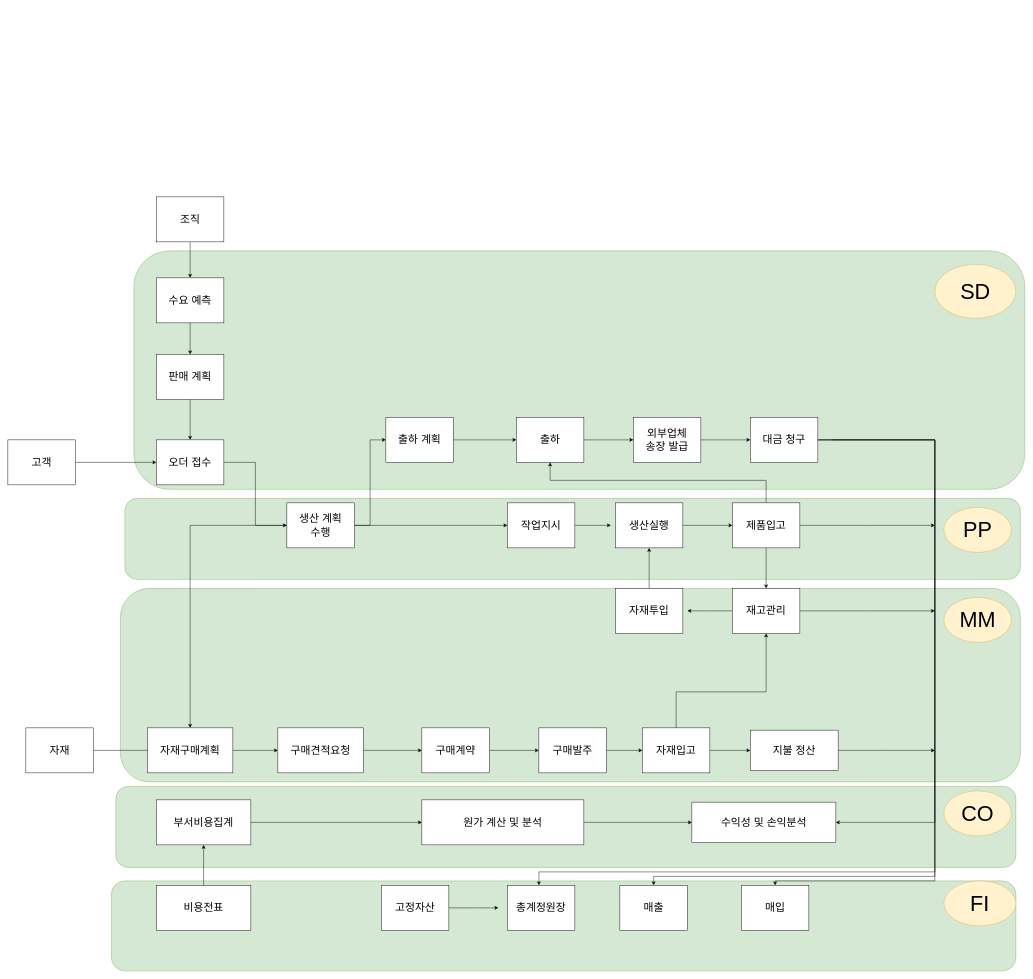
Earlier version of the draw.io diagram SYNC 3기 erd.drawio (theboxx/haha). Source tidied: cells renumbered, new cells numbered last; positions are measured from the earlier drawing's top-left corner, leaving out a move shared by most shapes. Both pictures are drawn from the tidied source at 45%, with x=0, y=0 at pixel (8, 197).
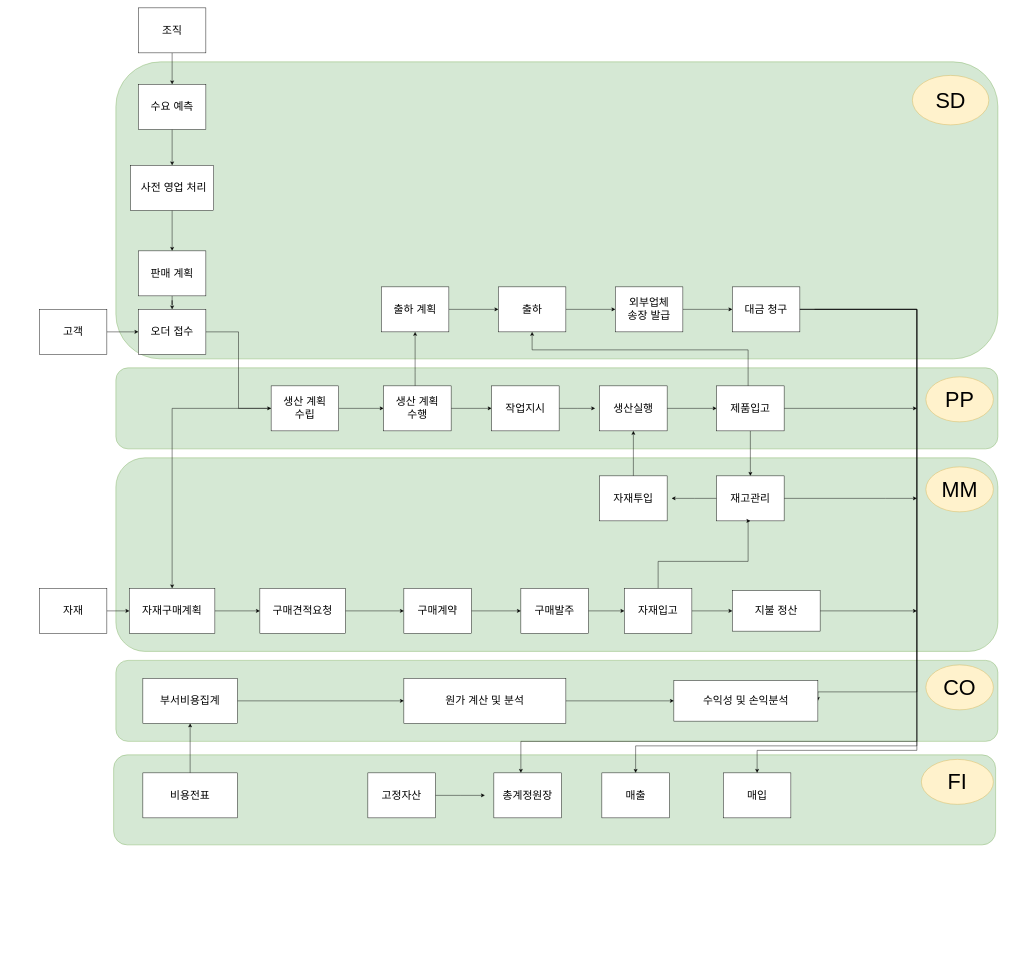
The same diagram, later.

Commit message:
SYNC 3기 erd.drawio 업데이트

Change to the diagram source:
```diff
@@
     <mxCell id="2" style="rounded=1;whiteSpace=wrap;html=1;fillColor=#d5e8d4;strokeColor=#82b366;align=left;" parent="1" vertex="1">
-      <mxGeometry x="230" y="1520" width="2010" height="200" as="geometry" />
+      <mxGeometry x="235" y="1240" width="1960" height="200" as="geometry" />
     </mxCell>
     <mxCell id="3" style="rounded=1;whiteSpace=wrap;html=1;fillColor=#d5e8d4;strokeColor=#82b366;align=left;" parent="1" vertex="1">
-      <mxGeometry x="240" y="1310" width="2000" height="180" as="geometry" />
+      <mxGeometry x="240" y="1030" width="1960" height="180" as="geometry" />
     </mxCell>
     <mxCell id="4" style="rounded=1;whiteSpace=wrap;html=1;fillColor=#d5e8d4;strokeColor=#82b366;align=left;" parent="1" vertex="1">
-      <mxGeometry x="250" y="870" width="2000" height="430" as="geometry" />
+      <mxGeometry x="240" y="580" width="1960" height="430" as="geometry" />
     </mxCell>
     <mxCell id="5" style="rounded=1;whiteSpace=wrap;html=1;fillColor=#d5e8d4;strokeColor=#82b366;align=left;" parent="1" vertex="1">
-      <mxGeometry x="260" y="670" width="1990" height="180" as="geometry" />
+      <mxGeometry x="240" y="380" width="1960" height="180" as="geometry" />
     </mxCell>
     <mxCell id="6" style="rounded=1;whiteSpace=wrap;html=1;fillColor=#d5e8d4;strokeColor=#82b366;align=left;" parent="1" vertex="1">
-      <mxGeometry x="280" y="120" width="1980" height="530" as="geometry" />
+      <mxGeometry x="240" y="-300" width="1960" height="660" as="geometry" />
     </mxCell>
@@
     <mxCell id="8" value="오더 접수" style="rounded=0;whiteSpace=wrap;html=1;fontSize=24;" parent="1" vertex="1">
-      <mxGeometry x="330" y="540" width="150" height="100" as="geometry" />
+      <mxGeometry x="290" y="250" width="150" height="100" as="geometry" />
     </mxCell>
@@
-    <mxCell id="10" style="edgeStyle=orthogonalEdgeStyle;rounded=0;jettySize=auto;html=1;entryX=0;entryY=0.5;entryDx=0;entryDy=0;" parent="1" edge="1" source="12" target="34">
-      <mxGeometry relative="1" as="geometry" />
-    </mxCell>
-    <mxCell id="11" style="edgeStyle=orthogonalEdgeStyle;rounded=0;jettySize=auto;html=1;entryX=0;entryY=0.5;entryDx=0;entryDy=0;" parent="1" edge="1" source="12" target="24">
-      <mxGeometry relative="1" as="geometry" />
-    </mxCell>
+    <mxCell id="77" style="edgeStyle=orthogonalEdgeStyle;rounded=0;jettySize=auto;html=1;" parent="1" edge="1" source="12" target="83">
+      <mxGeometry relative="1" as="geometry" />
+    </mxCell>
-    <mxCell id="12" value="생산 계획 &lt;br&gt;수행" style="rounded=0;whiteSpace=wrap;html=1;fontSize=24;" parent="1" vertex="1">
-      <mxGeometry x="620" y="680" width="150" height="100" as="geometry" />
+    <mxCell id="12" value="생산 계획 &lt;br&gt;수립" style="rounded=0;whiteSpace=wrap;html=1;fontSize=24;" parent="1" vertex="1">
+      <mxGeometry x="585" y="420" width="150" height="100" as="geometry" />
     </mxCell>
@@
     <mxCell id="14" value="고객" style="rounded=0;whiteSpace=wrap;html=1;fontSize=24;" parent="1" vertex="1">
-      <mxGeometry y="540" width="150" height="100" as="geometry" />
+      <mxGeometry x="70" y="250" width="150" height="100" as="geometry" />
     </mxCell>
-    <mxCell id="15" style="edgeStyle=orthogonalEdgeStyle;rounded=0;jettySize=auto;html=1;" parent="1" edge="1" source="16">
-      <mxGeometry relative="1" as="geometry">
-        <mxPoint x="600" y="1230" as="targetPoint" />
-      </mxGeometry>
-    </mxCell>
+    <mxCell id="78" style="edgeStyle=orthogonalEdgeStyle;rounded=0;jettySize=auto;html=1;" parent="1" edge="1" source="16" target="46">
+      <mxGeometry relative="1" as="geometry" />
+    </mxCell>
     <mxCell id="16" value="자재" style="rounded=0;whiteSpace=wrap;html=1;fontSize=24;" parent="1" vertex="1">
-      <mxGeometry x="40" y="1180" width="150" height="100" as="geometry" />
+      <mxGeometry x="70" y="870" width="150" height="100" as="geometry" />
     </mxCell>
-    <mxCell id="17" style="edgeStyle=orthogonalEdgeStyle;rounded=0;jettySize=auto;html=1;" parent="1" edge="1" source="18" target="20">
-      <mxGeometry relative="1" as="geometry" />
-    </mxCell>
+    <mxCell id="79" style="edgeStyle=orthogonalEdgeStyle;rounded=0;jettySize=auto;html=1;entryX=0.5;entryY=0;entryDx=0;entryDy=0;" parent="1" edge="1" source="18" target="85">
+      <mxGeometry relative="1" as="geometry" />
+    </mxCell>
     <mxCell id="18" value="조직" style="rounded=0;whiteSpace=wrap;html=1;fontSize=24;" parent="1" vertex="1">
-      <mxGeometry x="330" width="150" height="100" as="geometry" />
+      <mxGeometry x="290" y="-420" width="150" height="100" as="geometry" />
     </mxCell>
@@
-    <mxCell id="20" value="수요 예측" style="rounded=0;whiteSpace=wrap;html=1;fontSize=24;" parent="1" vertex="1">
-      <mxGeometry x="330" y="180" width="150" height="100" as="geometry" />
+    <mxCell id="20" value="&amp;nbsp;사전 영업 처리" style="rounded=0;whiteSpace=wrap;html=1;fontSize=24;" parent="1" vertex="1">
+      <mxGeometry x="272.5" y="-70" width="185" height="100" as="geometry" />
     </mxCell>
@@
     <mxCell id="22" value="판매 계획" style="rounded=0;whiteSpace=wrap;html=1;fontSize=24;" parent="1" vertex="1">
-      <mxGeometry x="330" y="350" width="150" height="100" as="geometry" />
+      <mxGeometry x="290" y="120" width="150" height="100" as="geometry" />
     </mxCell>
@@
     <mxCell id="24" value="출하 계획" style="rounded=0;whiteSpace=wrap;html=1;fontSize=24;" parent="1" vertex="1">
-      <mxGeometry x="840" y="490" width="150" height="100" as="geometry" />
+      <mxGeometry x="830" y="200" width="150" height="100" as="geometry" />
     </mxCell>
@@
     <mxCell id="26" value="출하" style="rounded=0;whiteSpace=wrap;html=1;fontSize=24;" parent="1" vertex="1">
-      <mxGeometry x="1130" y="490" width="150" height="100" as="geometry" />
+      <mxGeometry x="1090" y="200" width="150" height="100" as="geometry" />
     </mxCell>
@@
     <mxCell id="28" value="외부업체 &lt;br&gt;송장 발급" style="rounded=0;whiteSpace=wrap;html=1;fontSize=24;" parent="1" vertex="1">
-      <mxGeometry x="1390" y="490" width="150" height="100" as="geometry" />
+      <mxGeometry x="1350" y="200" width="150" height="100" as="geometry" />
     </mxCell>
     <mxCell id="29" style="edgeStyle=orthogonalEdgeStyle;rounded=0;jettySize=auto;html=1;entryX=1;entryY=0.5;entryDx=0;entryDy=0;" parent="1" edge="1" source="31" target="62">
       <mxGeometry relative="1" as="geometry">
         <Array as="points">
-          <mxPoint x="2060" y="540" />
-          <mxPoint x="2060" y="1390" />
+          <mxPoint x="2020" y="250" />
+          <mxPoint x="2020" y="1100" />
         </Array>
       </mxGeometry>
     </mxCell>
-    <mxCell id="30" style="edgeStyle=orthogonalEdgeStyle;rounded=0;orthogonalLoop=1;jettySize=auto;html=1;entryX=0.25;entryY=0;entryDx=0;entryDy=0;" parent="1" edge="1">
+    <mxCell id="30" style="edgeStyle=orthogonalEdgeStyle;rounded=0;jettySize=auto;html=1;entryX=0.4;entryY=0;entryDx=0;entryDy=0;entryPerimeter=0;" parent="1" edge="1" target="65">
       <mxGeometry relative="1" as="geometry">
-        <mxPoint x="1832.6" y="540" as="sourcePoint" />
-        <mxPoint x="1180.1" y="1530" as="targetPoint" />
+        <mxPoint x="1792.6" y="250" as="sourcePoint" />
         <Array as="points">
-          <mxPoint x="2060" y="540" />
-          <mxPoint x="2060" y="1500" />
-          <mxPoint x="1180" y="1500" />
+          <mxPoint x="2020" y="250" />
+          <mxPoint x="2020" y="1210" />
+          <mxPoint x="1140" y="1210" />
         </Array>
       </mxGeometry>
     </mxCell>
     <mxCell id="31" value="대금 청구" style="rounded=0;whiteSpace=wrap;html=1;fontSize=24;" parent="1" vertex="1">
-      <mxGeometry x="1650" y="490" width="150" height="100" as="geometry" />
+      <mxGeometry x="1610" y="200" width="150" height="100" as="geometry" />
     </mxCell>
     <mxCell id="32" value="&lt;span style=&quot;font-size: 48px;&quot;&gt;SD&lt;/span&gt;" style="ellipse;whiteSpace=wrap;html=1;align=center;fillColor=#fff2cc;strokeColor=#d6b656;" parent="1" vertex="1">
-      <mxGeometry x="2060" y="150" width="180" height="120" as="geometry" />
+      <mxGeometry x="2010" y="-270" width="170" height="110" as="geometry" />
     </mxCell>
     <mxCell id="33" style="edgeStyle=orthogonalEdgeStyle;rounded=0;jettySize=auto;html=1;" parent="1" edge="1" source="34">
       <mxGeometry relative="1" as="geometry">
-        <mxPoint x="1340" y="730" as="targetPoint" />
+        <mxPoint x="1305" y="470" as="targetPoint" />
       </mxGeometry>
     </mxCell>
     <mxCell id="34" value="작업지시" style="rounded=0;whiteSpace=wrap;html=1;fontSize=24;" parent="1" vertex="1">
-      <mxGeometry x="1110" y="680" width="150" height="100" as="geometry" />
+      <mxGeometry x="1075" y="420" width="150" height="100" as="geometry" />
     </mxCell>
@@
     <mxCell id="36" value="생산실행" style="rounded=0;whiteSpace=wrap;html=1;fontSize=24;" parent="1" vertex="1">
-      <mxGeometry x="1350" y="680" width="150" height="100" as="geometry" />
+      <mxGeometry x="1315" y="420" width="150" height="100" as="geometry" />
     </mxCell>
     <mxCell id="37" style="edgeStyle=orthogonalEdgeStyle;rounded=0;jettySize=auto;html=1;" parent="1" edge="1" source="40" target="26">
       <mxGeometry relative="1" as="geometry">
         <Array as="points">
-          <mxPoint x="1685" y="630" />
-          <mxPoint x="1205" y="630" />
+          <mxPoint x="1645" y="340" />
+          <mxPoint x="1165" y="340" />
         </Array>
       </mxGeometry>
     </mxCell>
@@
     <mxCell id="39" style="edgeStyle=orthogonalEdgeStyle;rounded=0;jettySize=auto;html=1;" parent="1" edge="1" source="40">
       <mxGeometry relative="1" as="geometry">
-        <mxPoint x="2060" y="730" as="targetPoint" />
+        <mxPoint x="2020" y="470" as="targetPoint" />
+        <Array as="points">
+          <mxPoint x="2020" y="470" />
+        </Array>
       </mxGeometry>
     </mxCell>
     <mxCell id="40" value="제품입고" style="rounded=0;whiteSpace=wrap;html=1;fontSize=24;" parent="1" vertex="1">
-      <mxGeometry x="1610" y="680" width="150" height="100" as="geometry" />
+      <mxGeometry x="1575" y="420" width="150" height="100" as="geometry" />
     </mxCell>
     <mxCell id="41" style="edgeStyle=orthogonalEdgeStyle;rounded=0;jettySize=auto;html=1;" parent="1" edge="1" source="43">
       <mxGeometry relative="1" as="geometry">
-        <mxPoint x="1510" y="920" as="targetPoint" />
+        <mxPoint x="1475" y="670" as="targetPoint" />
       </mxGeometry>
     </mxCell>
     <mxCell id="42" style="edgeStyle=orthogonalEdgeStyle;rounded=0;jettySize=auto;html=1;" parent="1" edge="1" source="43">
       <mxGeometry relative="1" as="geometry">
-        <mxPoint x="2060" y="920" as="targetPoint" />
+        <mxPoint x="2020" y="670" as="targetPoint" />
+        <Array as="points">
+          <mxPoint x="1950" y="670" />
+          <mxPoint x="1950" y="670" />
+        </Array>
       </mxGeometry>
     </mxCell>
     <mxCell id="43" value="재고관리" style="rounded=0;whiteSpace=wrap;html=1;fontSize=24;" parent="1" vertex="1">
-      <mxGeometry x="1610" y="870" width="150" height="100" as="geometry" />
+      <mxGeometry x="1575" y="620" width="150" height="100" as="geometry" />
     </mxCell>
@@
     <mxCell id="45" value="자재투입" style="rounded=0;whiteSpace=wrap;html=1;fontSize=24;" parent="1" vertex="1">
-      <mxGeometry x="1350" y="870" width="150" height="100" as="geometry" />
+      <mxGeometry x="1315" y="620" width="150" height="100" as="geometry" />
     </mxCell>
+    <mxCell id="80" style="edgeStyle=orthogonalEdgeStyle;rounded=0;jettySize=auto;html=1;entryX=0;entryY=0.5;entryDx=0;entryDy=0;" parent="1" edge="1" source="46" target="76">
+      <mxGeometry relative="1" as="geometry" />
+    </mxCell>
     <mxCell id="46" value="자재구매계획" style="rounded=0;whiteSpace=wrap;html=1;fontSize=24;" parent="1" vertex="1">
-      <mxGeometry x="310" y="1180" width="190" height="100" as="geometry" />
+      <mxGeometry x="270" y="870" width="190" height="100" as="geometry" />
     </mxCell>
@@
     <mxCell id="48" value="구매계약" style="rounded=0;whiteSpace=wrap;html=1;fontSize=24;" parent="1" vertex="1">
-      <mxGeometry x="920" y="1180" width="150" height="100" as="geometry" />
+      <mxGeometry x="880" y="870" width="150" height="100" as="geometry" />
     </mxCell>
@@
     <mxCell id="50" value="구매발주" style="rounded=0;whiteSpace=wrap;html=1;fontSize=24;" parent="1" vertex="1">
-      <mxGeometry x="1180" y="1180" width="150" height="100" as="geometry" />
+      <mxGeometry x="1140" y="870" width="150" height="100" as="geometry" />
     </mxCell>
     <mxCell id="51" style="edgeStyle=orthogonalEdgeStyle;rounded=0;jettySize=auto;html=1;entryX=0.5;entryY=1;entryDx=0;entryDy=0;" parent="1" edge="1" source="53" target="43">
       <mxGeometry relative="1" as="geometry">
         <Array as="points">
-          <mxPoint x="1485" y="1100" />
-          <mxPoint x="1685" y="1100" />
+          <mxPoint x="1445" y="810" />
+          <mxPoint x="1645" y="810" />
         </Array>
       </mxGeometry>
     </mxCell>
@@
     <mxCell id="53" value="자재입고" style="rounded=0;whiteSpace=wrap;html=1;fontSize=24;" parent="1" vertex="1">
-      <mxGeometry x="1410" y="1180" width="150" height="100" as="geometry" />
+      <mxGeometry x="1370" y="870" width="150" height="100" as="geometry" />
     </mxCell>
     <mxCell id="54" style="edgeStyle=orthogonalEdgeStyle;rounded=0;jettySize=auto;html=1;" parent="1" edge="1" source="55">
       <mxGeometry relative="1" as="geometry">
-        <mxPoint x="2060" y="1230" as="targetPoint" />
+        <mxPoint x="2020" y="920" as="targetPoint" />
+        <Array as="points">
+          <mxPoint x="2020" y="920" />
+        </Array>
       </mxGeometry>
     </mxCell>
     <mxCell id="55" value="지불 정산" style="whiteSpace=wrap;html=1;fontSize=24;rounded=0;" parent="1" vertex="1">
-      <mxGeometry x="1650" y="1185" width="195" height="90" as="geometry" />
+      <mxGeometry x="1610" y="875" width="195" height="90" as="geometry" />
     </mxCell>
@@
     <mxCell id="57" value="부서비용집계" style="rounded=0;whiteSpace=wrap;html=1;fontSize=24;" parent="1" vertex="1">
-      <mxGeometry x="330" y="1340" width="210" height="100" as="geometry" />
+      <mxGeometry x="300" y="1070" width="210" height="100" as="geometry" />
     </mxCell>
@@
     <mxCell id="59" value="비용전표" style="rounded=0;whiteSpace=wrap;html=1;fontSize=24;" parent="1" vertex="1">
-      <mxGeometry x="330" y="1530" width="210" height="100" as="geometry" />
+      <mxGeometry x="300" y="1280" width="210" height="100" as="geometry" />
     </mxCell>
@@
     <mxCell id="61" value="원가 계산 및 분석" style="rounded=0;whiteSpace=wrap;html=1;fontSize=24;" parent="1" vertex="1">
-      <mxGeometry x="920" y="1340" width="360" height="100" as="geometry" />
+      <mxGeometry x="880" y="1070" width="360" height="100" as="geometry" />
     </mxCell>
     <mxCell id="62" value="수익성 및 손익분석" style="whiteSpace=wrap;html=1;fontSize=24;rounded=0;" parent="1" vertex="1">
-      <mxGeometry x="1520" y="1345" width="320" height="90" as="geometry" />
+      <mxGeometry x="1480" y="1075" width="320" height="90" as="geometry" />
     </mxCell>
     <mxCell id="63" style="edgeStyle=orthogonalEdgeStyle;rounded=0;jettySize=auto;html=1;" parent="1" edge="1" source="64">
       <mxGeometry relative="1" as="geometry">
-        <mxPoint x="1090" y="1580" as="targetPoint" />
+        <mxPoint x="1060" y="1330" as="targetPoint" />
       </mxGeometry>
     </mxCell>
     <mxCell id="64" value="고정자산" style="rounded=0;whiteSpace=wrap;html=1;fontSize=24;" parent="1" vertex="1">
-      <mxGeometry x="830" y="1530" width="150" height="100" as="geometry" />
+      <mxGeometry x="800" y="1280" width="150" height="100" as="geometry" />
     </mxCell>
     <mxCell id="65" value="총계정원장" style="rounded=0;whiteSpace=wrap;html=1;fontSize=24;" parent="1" vertex="1">
-      <mxGeometry x="1110" y="1530" width="150" height="100" as="geometry" />
+      <mxGeometry x="1080" y="1280" width="150" height="100" as="geometry" />
     </mxCell>
     <mxCell id="66" value="매출" style="rounded=0;whiteSpace=wrap;html=1;fontSize=24;" parent="1" vertex="1">
-      <mxGeometry x="1360" y="1530" width="150" height="100" as="geometry" />
+      <mxGeometry x="1320" y="1280" width="150" height="100" as="geometry" />
     </mxCell>
     <mxCell id="67" value="매입" style="rounded=0;whiteSpace=wrap;html=1;fontSize=24;" parent="1" vertex="1">
-      <mxGeometry x="1630" y="1530" width="150" height="100" as="geometry" />
+      <mxGeometry x="1590" y="1280" width="150" height="100" as="geometry" />
     </mxCell>
     <mxCell id="68" style="edgeStyle=orthogonalEdgeStyle;rounded=0;jettySize=auto;html=1;entryX=0.5;entryY=0;entryDx=0;entryDy=0;exitX=1;exitY=0.5;exitDx=0;exitDy=0;" parent="1" edge="1" source="31" target="66">
       <mxGeometry relative="1" as="geometry">
         <Array as="points">
-          <mxPoint x="2060" y="540" />
-          <mxPoint x="2060" y="1510" />
-          <mxPoint x="1435" y="1510" />
+          <mxPoint x="2020" y="250" />
+          <mxPoint x="2020" y="1220" />
+          <mxPoint x="1395" y="1220" />
         </Array>
       </mxGeometry>
     </mxCell>
     <mxCell id="69" style="edgeStyle=orthogonalEdgeStyle;rounded=0;jettySize=auto;html=1;entryX=0.5;entryY=0;entryDx=0;entryDy=0;exitX=1;exitY=0.5;exitDx=0;exitDy=0;" parent="1" edge="1" source="31" target="67">
       <mxGeometry relative="1" as="geometry">
         <Array as="points">
-          <mxPoint x="2060" y="540" />
-          <mxPoint x="2060" y="1520" />
-          <mxPoint x="1705" y="1520" />
+          <mxPoint x="2020" y="250" />
+          <mxPoint x="2020" y="1230" />
+          <mxPoint x="1665" y="1230" />
+          <mxPoint x="1665" y="1280" />
         </Array>
       </mxGeometry>
     </mxCell>
     <mxCell id="70" value="&lt;span style=&quot;font-size: 48px;&quot;&gt;PP&lt;/span&gt;" style="ellipse;whiteSpace=wrap;html=1;align=center;fillColor=#fff2cc;strokeColor=#d6b656;" parent="1" vertex="1">
-      <mxGeometry x="2080" y="690" width="150" height="100" as="geometry" />
+      <mxGeometry x="2040" y="400" width="150" height="100" as="geometry" />
     </mxCell>
     <mxCell id="71" value="&lt;span style=&quot;font-size: 48px;&quot;&gt;MM&lt;/span&gt;" style="ellipse;whiteSpace=wrap;html=1;align=center;fillColor=#fff2cc;strokeColor=#d6b656;" parent="1" vertex="1">
-      <mxGeometry x="2080" y="890" width="150" height="100" as="geometry" />
+      <mxGeometry x="2040" y="600" width="150" height="100" as="geometry" />
     </mxCell>
     <mxCell id="72" value="&lt;span style=&quot;font-size: 48px;&quot;&gt;CO&lt;/span&gt;" style="ellipse;whiteSpace=wrap;html=1;align=center;fillColor=#fff2cc;strokeColor=#d6b656;" parent="1" vertex="1">
-      <mxGeometry x="2080" y="1320" width="150" height="100" as="geometry" />
+      <mxGeometry x="2040" y="1040" width="150" height="100" as="geometry" />
     </mxCell>
     <mxCell id="73" value="&lt;span style=&quot;font-size: 48px;&quot;&gt;FI&lt;/span&gt;" style="ellipse;whiteSpace=wrap;html=1;align=center;fillColor=#fff2cc;strokeColor=#d6b656;" parent="1" vertex="1">
-      <mxGeometry x="2080" y="1520" width="160" height="100" as="geometry" />
+      <mxGeometry x="2030" y="1250" width="160" height="100" as="geometry" />
     </mxCell>
@@
     <mxCell id="76" value="구매견적요청" style="rounded=0;whiteSpace=wrap;html=1;fontSize=24;" parent="1" vertex="1">
-      <mxGeometry x="600" y="1180" width="190" height="100" as="geometry" />
+      <mxGeometry x="560" y="870" width="190" height="100" as="geometry" />
     </mxCell>
+    <mxCell id="81" style="edgeStyle=orthogonalEdgeStyle;rounded=0;jettySize=auto;html=1;entryX=0.5;entryY=1;entryDx=0;entryDy=0;" parent="1" edge="1" source="83" target="24">
+      <mxGeometry relative="1" as="geometry">
+        <Array as="points">
+          <mxPoint x="905" y="390" />
+          <mxPoint x="905" y="390" />
+        </Array>
+      </mxGeometry>
+    </mxCell>
+    <mxCell id="82" style="edgeStyle=orthogonalEdgeStyle;rounded=0;jettySize=auto;html=1;" parent="1" edge="1" source="83" target="34">
+      <mxGeometry relative="1" as="geometry" />
+    </mxCell>
+    <mxCell id="83" value="생산 계획 &lt;br&gt;수행" style="rounded=0;whiteSpace=wrap;html=1;fontSize=24;" parent="1" vertex="1">
+      <mxGeometry x="835" y="420" width="150" height="100" as="geometry" />
+    </mxCell>
+    <mxCell id="84" style="edgeStyle=orthogonalEdgeStyle;rounded=0;jettySize=auto;html=1;entryX=0.5;entryY=0;entryDx=0;entryDy=0;" parent="1" edge="1" source="85" target="20">
+      <mxGeometry relative="1" as="geometry" />
+    </mxCell>
+    <mxCell id="85" value="수요 예측" style="rounded=0;whiteSpace=wrap;html=1;fontSize=24;" parent="1" vertex="1">
+      <mxGeometry x="290" y="-250" width="150" height="100" as="geometry" />
+    </mxCell>
```
